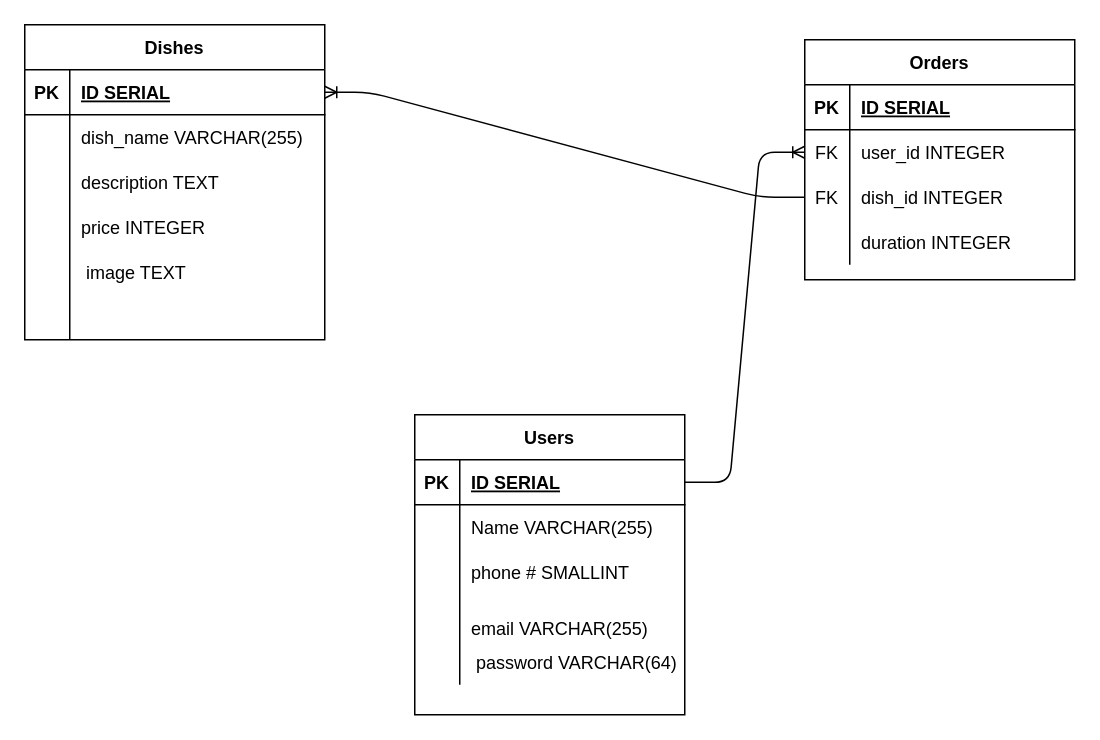
This is planning/ERD.drawio from Abaid77/taco_empire, a draw.io file, before an edit. Source tidied: cells renumbered, new cells numbered last; positions are measured from the earlier drawing's top-left corner, leaving out a move shared by most shapes. Both pictures are drawn from the tidied source at 150%, with x=0, y=0 at pixel (24, 24).
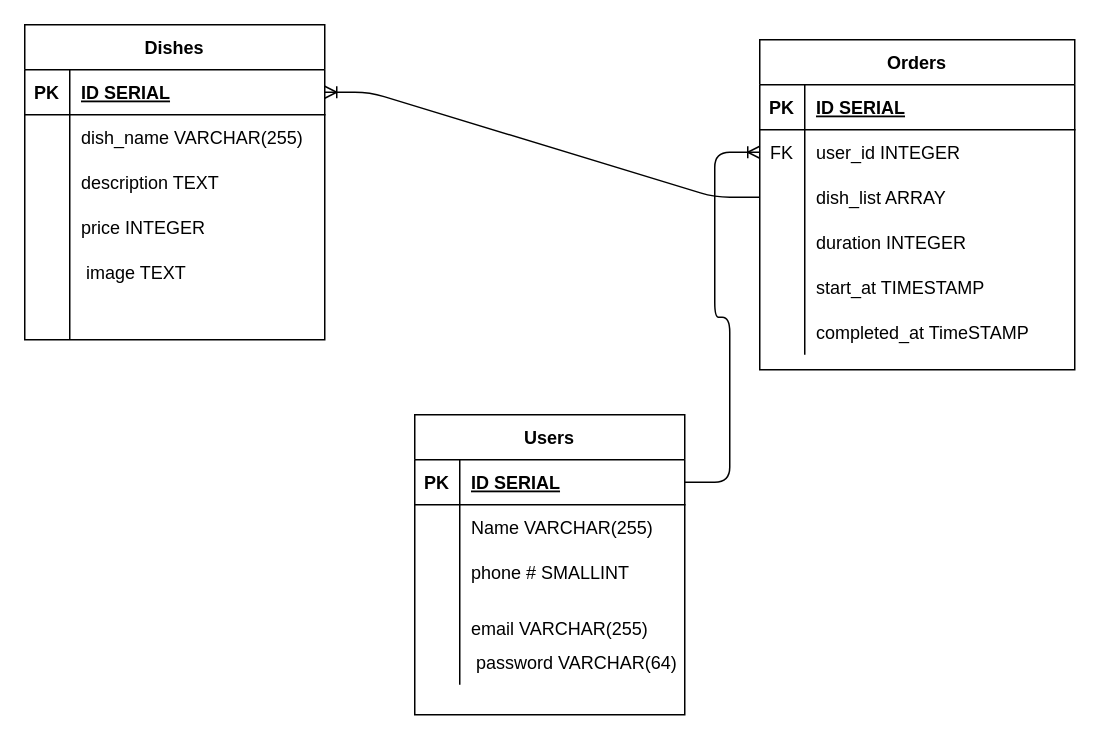
The same diagram, later.

Commit message:
Modify order table

The edit, as a diff of the source:
```diff
@@
     <mxCell id="37" value="Orders" style="shape=table;startSize=30;childLayout=tableLayout;rowLines=0;fontStyle=1;align=center;" parent="1" vertex="1">
-      <mxGeometry x="520" y="10" width="180" height="160" as="geometry" />
+      <mxGeometry x="490" y="10" width="210" height="220" as="geometry" />
     </mxCell>
     <mxCell id="38" style="shape=partialRectangle;fillColor=none;top=0;left=0;bottom=1;right=0;" parent="37" vertex="1">
-      <mxGeometry y="30" width="180" height="30" as="geometry" />
+      <mxGeometry y="30" width="210" height="30" as="geometry" />
     </mxCell>
@@
     <mxCell id="40" value="ID SERIAL" style="shape=partialRectangle;fillColor=none;top=0;left=0;bottom=0;right=0;align=left;spacingLeft=6;fontStyle=5;overflow=hidden;" parent="38" vertex="1">
-      <mxGeometry x="30" width="150" height="30" as="geometry" />
+      <mxGeometry x="30" width="180" height="30" as="geometry" />
     </mxCell>
     <mxCell id="41" style="shape=partialRectangle;fillColor=none;top=0;left=0;bottom=0;right=0;points=[[0,0.5],[1,0.5]];portConstraint=eastwest;" parent="37" vertex="1">
-      <mxGeometry y="60" width="180" height="30" as="geometry" />
+      <mxGeometry y="60" width="210" height="30" as="geometry" />
     </mxCell>
@@
     <mxCell id="43" value="user_id INTEGER" style="shape=partialRectangle;fillColor=none;top=0;left=0;bottom=0;right=0;align=left;spacingLeft=6;overflow=hidden;" parent="41" vertex="1">
-      <mxGeometry x="30" width="150" height="30" as="geometry" />
+      <mxGeometry x="30" width="180" height="30" as="geometry" />
     </mxCell>
     <mxCell id="44" style="shape=partialRectangle;fillColor=none;top=0;left=0;bottom=0;right=0;points=[[0,0.5],[1,0.5]];portConstraint=eastwest;" parent="37" vertex="1">
-      <mxGeometry y="90" width="180" height="30" as="geometry" />
+      <mxGeometry y="90" width="210" height="30" as="geometry" />
     </mxCell>
-    <mxCell id="45" value="FK" style="shape=partialRectangle;fillColor=none;top=0;left=0;bottom=0;right=0;overflow=hidden;" parent="44" vertex="1">
+    <mxCell id="45" style="shape=partialRectangle;fillColor=none;top=0;left=0;bottom=0;right=0;overflow=hidden;" parent="44" vertex="1">
       <mxGeometry width="30" height="30" as="geometry" />
     </mxCell>
-    <mxCell id="46" value="dish_id INTEGER" style="shape=partialRectangle;fillColor=none;top=0;left=0;bottom=0;right=0;align=left;spacingLeft=6;overflow=hidden;" parent="44" vertex="1">
-      <mxGeometry x="30" width="150" height="30" as="geometry" />
+    <mxCell id="46" value="dish_list ARRAY" style="shape=partialRectangle;fillColor=none;top=0;left=0;bottom=0;right=0;align=left;spacingLeft=6;overflow=hidden;" parent="44" vertex="1">
+      <mxGeometry x="30" width="180" height="30" as="geometry" />
     </mxCell>
     <mxCell id="47" style="shape=partialRectangle;fillColor=none;top=0;left=0;bottom=0;right=0;" parent="37" vertex="1">
-      <mxGeometry y="120" width="180" height="30" as="geometry" />
+      <mxGeometry y="120" width="210" height="30" as="geometry" />
     </mxCell>
@@
     <mxCell id="49" value="duration INTEGER" style="shape=partialRectangle;fillColor=none;top=0;left=0;bottom=0;right=0;align=left;spacingLeft=6;overflow=hidden;" parent="47" vertex="1">
-      <mxGeometry x="30" width="150" height="30" as="geometry" />
+      <mxGeometry x="30" width="180" height="30" as="geometry" />
     </mxCell>
+    <mxCell id="52" style="shape=partialRectangle;fillColor=none;top=0;left=0;bottom=0;right=0;" parent="37" vertex="1">
+      <mxGeometry y="150" width="210" height="30" as="geometry" />
+    </mxCell>
+    <mxCell id="53" style="shape=partialRectangle;fillColor=none;top=0;left=0;bottom=0;right=0;overflow=hidden;" parent="52" vertex="1">
+      <mxGeometry width="30" height="30" as="geometry" />
+    </mxCell>
+    <mxCell id="54" value="start_at TIMESTAMP" style="shape=partialRectangle;fillColor=none;top=0;left=0;bottom=0;right=0;align=left;spacingLeft=6;overflow=hidden;" parent="52" vertex="1">
+      <mxGeometry x="30" width="180" height="30" as="geometry" />
+    </mxCell>
+    <mxCell id="55" style="shape=partialRectangle;fillColor=none;top=0;left=0;bottom=0;right=0;" parent="37" vertex="1">
+      <mxGeometry y="180" width="210" height="30" as="geometry" />
+    </mxCell>
+    <mxCell id="56" style="shape=partialRectangle;fillColor=none;top=0;left=0;bottom=0;right=0;overflow=hidden;" parent="55" vertex="1">
+      <mxGeometry width="30" height="30" as="geometry" />
+    </mxCell>
+    <mxCell id="57" value="completed_at TimeSTAMP" style="shape=partialRectangle;fillColor=none;top=0;left=0;bottom=0;right=0;align=left;spacingLeft=6;overflow=hidden;" parent="55" vertex="1">
+      <mxGeometry x="30" width="180" height="30" as="geometry" />
+    </mxCell>
```
